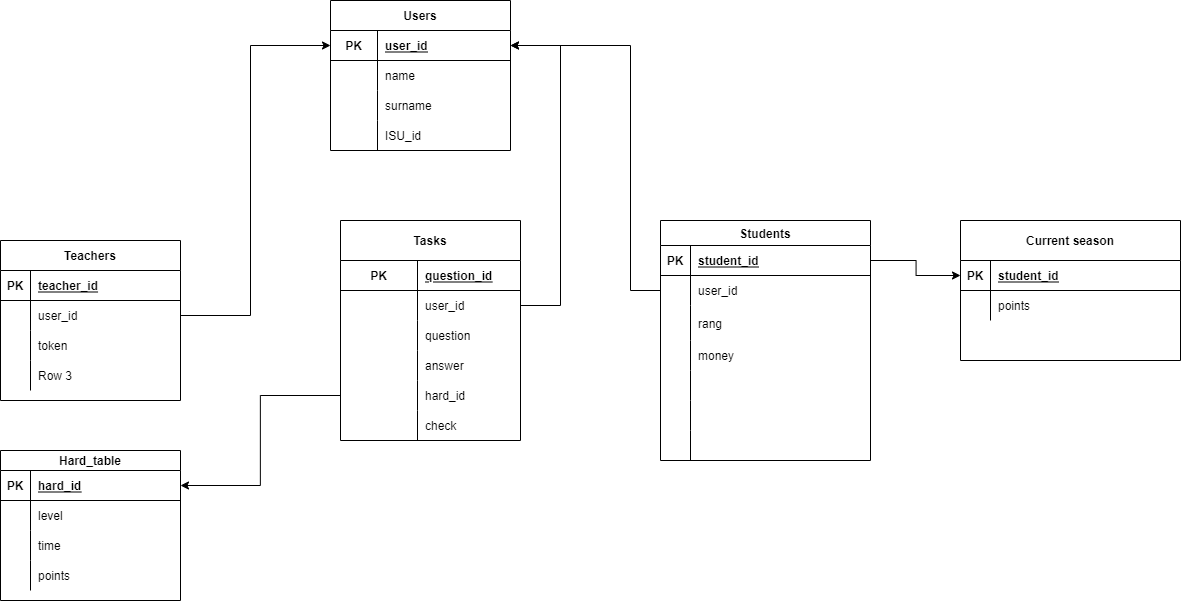
inter-malchik/ICT.hack-hackaton keeps this draw.io diagram as Databse.png. Above is the earlier version. Source tidied: cells renumbered, new cells last; positions are measured from the earlier drawing's top-left corner, leaving out a move shared by most shapes.
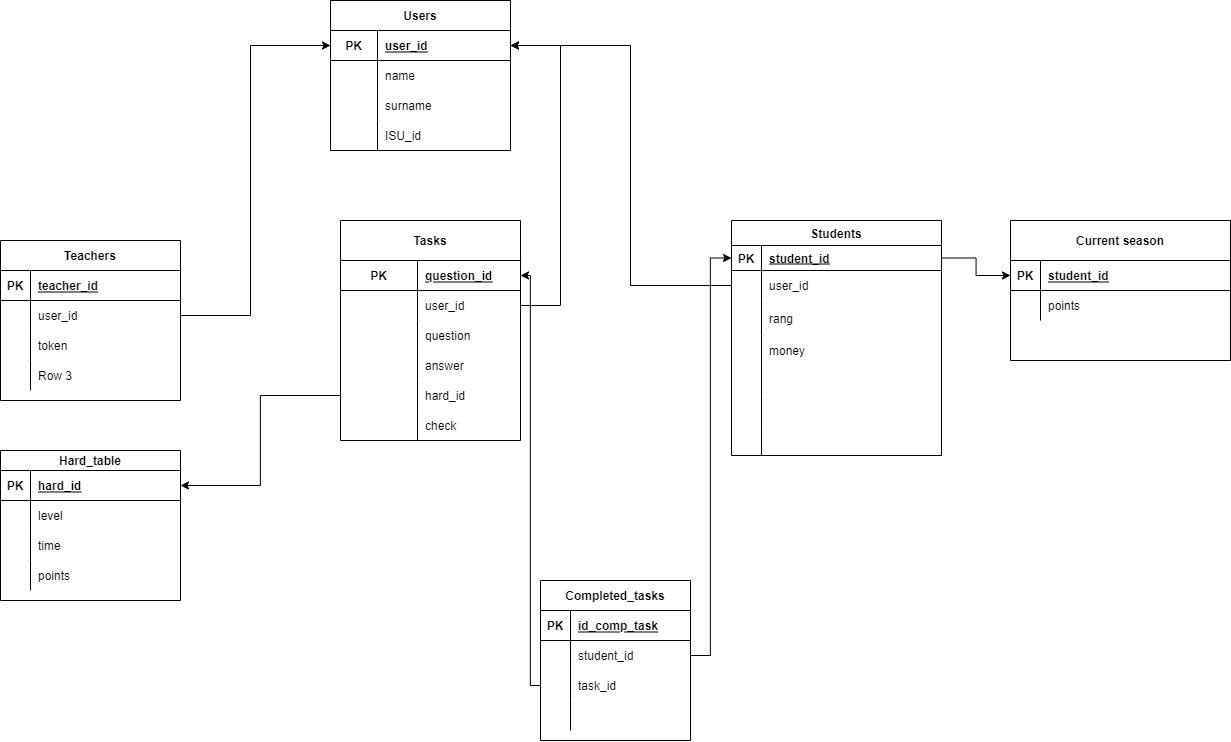
Later version of the same file.

What changed in the source:
```diff
@@ -3,19 +3,19 @@
     <mxCell id="0" />
     <mxCell id="1" parent="0" />
     <mxCell id="2" value="Students" style="shape=table;startSize=25;rowLines=0;fontStyle=1;align=center;" parent="1" vertex="1">
-      <mxGeometry x="660" y="220" width="210" height="240" as="geometry" />
+      <mxGeometry x="731" y="220" width="210" height="235" as="geometry" />
     </mxCell>
     <mxCell id="3" style="shape=partialRectangle;fillColor=none;top=0;left=0;bottom=1;right=0;points=[[0,0.5],[1,0.5]];portConstraint=eastwest;" parent="2" vertex="1">
-      <mxGeometry y="25" width="210" height="30" as="geometry" />
+      <mxGeometry y="25" width="210" height="25" as="geometry" />
     </mxCell>
     <mxCell id="4" value="PK" style="shape=partialRectangle;fillColor=none;top=0;left=0;bottom=0;right=0;fontStyle=1;overflow=hidden;" parent="3" vertex="1">
-      <mxGeometry width="30" height="30" as="geometry" />
+      <mxGeometry width="30" height="25" as="geometry" />
     </mxCell>
     <mxCell id="5" value="student_id" style="shape=partialRectangle;fillColor=none;top=0;left=0;bottom=0;right=0;align=left;spacingLeft=6;fontStyle=5;overflow=hidden;" parent="3" vertex="1">
-      <mxGeometry x="30" width="180" height="30" as="geometry" />
+      <mxGeometry x="30" width="180" height="25" as="geometry" />
     </mxCell>
     <mxCell id="6" style="shape=partialRectangle;fillColor=none;top=0;left=0;bottom=0;right=0;points=[[0,0.5],[1,0.5]];portConstraint=eastwest;" parent="2" vertex="1">
-      <mxGeometry y="55" width="210" height="30" as="geometry" />
+      <mxGeometry y="50" width="210" height="30" as="geometry" />
     </mxCell>
     <mxCell id="7" style="shape=partialRectangle;fillColor=none;top=0;left=0;bottom=0;right=0;overflow=hidden;" parent="6" vertex="1">
       <mxGeometry width="30" height="30" as="geometry" />
@@ -24,7 +24,7 @@
       <mxGeometry x="30" width="180" height="30" as="geometry" />
     </mxCell>
     <mxCell id="9" style="shape=partialRectangle;fillColor=none;top=0;left=0;bottom=0;right=0;" parent="2" vertex="1">
-      <mxGeometry y="85" width="210" height="35" as="geometry" />
+      <mxGeometry y="80" width="210" height="35" as="geometry" />
     </mxCell>
     <mxCell id="10" style="shape=partialRectangle;fillColor=none;top=0;left=0;bottom=0;right=0;overflow=hidden;" parent="9" vertex="1">
       <mxGeometry width="30" height="35" as="geometry" />
@@ -33,7 +33,7 @@
       <mxGeometry x="30" width="180" height="35" as="geometry" />
     </mxCell>
     <mxCell id="12" style="shape=partialRectangle;fillColor=none;top=0;left=0;bottom=0;right=0;" parent="2" vertex="1">
-      <mxGeometry y="120" width="210" height="30" as="geometry" />
+      <mxGeometry y="115" width="210" height="30" as="geometry" />
     </mxCell>
     <mxCell id="13" style="shape=partialRectangle;fillColor=none;top=0;left=0;bottom=0;right=0;overflow=hidden;" parent="12" vertex="1">
       <mxGeometry width="30" height="30" as="geometry" />
@@ -42,7 +42,7 @@
       <mxGeometry x="30" width="180" height="30" as="geometry" />
     </mxCell>
     <mxCell id="15" style="shape=partialRectangle;fillColor=none;top=0;left=0;bottom=0;right=0;" parent="2" vertex="1">
-      <mxGeometry y="150" width="210" height="30" as="geometry" />
+      <mxGeometry y="145" width="210" height="30" as="geometry" />
     </mxCell>
     <mxCell id="16" style="shape=partialRectangle;fillColor=none;top=0;left=0;bottom=0;right=0;overflow=hidden;" parent="15" vertex="1">
       <mxGeometry width="30" height="30" as="geometry" />
@@ -51,7 +51,7 @@
       <mxGeometry x="30" width="180" height="30" as="geometry" />
     </mxCell>
     <mxCell id="18" style="shape=partialRectangle;fillColor=none;top=0;left=0;bottom=0;right=0;" parent="2" vertex="1">
-      <mxGeometry y="180" width="210" height="30" as="geometry" />
+      <mxGeometry y="175" width="210" height="30" as="geometry" />
     </mxCell>
     <mxCell id="19" style="shape=partialRectangle;fillColor=none;top=0;left=0;bottom=0;right=0;overflow=hidden;" parent="18" vertex="1">
       <mxGeometry width="30" height="30" as="geometry" />
@@ -60,7 +60,7 @@
       <mxGeometry x="30" width="180" height="30" as="geometry" />
     </mxCell>
     <mxCell id="21" style="shape=partialRectangle;fillColor=none;top=0;left=0;bottom=0;right=0;" parent="2" vertex="1">
-      <mxGeometry y="210" width="210" height="30" as="geometry" />
+      <mxGeometry y="205" width="210" height="30" as="geometry" />
     </mxCell>
     <mxCell id="22" style="shape=partialRectangle;fillColor=none;top=0;left=0;bottom=0;right=0;overflow=hidden;" parent="21" vertex="1">
       <mxGeometry width="30" height="30" as="geometry" />
@@ -271,7 +271,7 @@
       <mxGeometry relative="1" as="geometry" />
     </mxCell>
     <mxCell id="86" value="Current season" style="shape=table;startSize=40;rowLines=0;fontStyle=1;align=center;fontFamily=Helvetica;fontSize=12;fontColor=default;strokeColor=default;fillColor=default;" parent="1" vertex="1">
-      <mxGeometry x="960" y="220" width="220" height="140" as="geometry" />
+      <mxGeometry x="1010" y="220" width="220" height="140" as="geometry" />
     </mxCell>
     <mxCell id="87" style="shape=partialRectangle;fillColor=none;top=0;left=0;bottom=1;right=0;points=[[0,0.5],[1,0.5]];portConstraint=eastwest;fontFamily=Helvetica;fontSize=12;fontColor=default;startSize=30;strokeColor=default;" parent="86" vertex="1">
       <mxGeometry y="40" width="220" height="30" as="geometry" />
@@ -294,5 +294,50 @@
     <mxCell id="93" style="edgeStyle=elbowEdgeStyle;elbow=horizontal;endArrow=classic;html=1;rounded=0;fontFamily=Helvetica;fontSize=12;fontColor=default;startSize=30;exitX=1;exitY=0.5;exitDx=0;exitDy=0;entryX=0;entryY=0.5;entryDx=0;entryDy=0;" parent="1" edge="1" source="3" target="87">
       <mxGeometry relative="1" as="geometry" />
     </mxCell>
+    <mxCell id="94" value="Completed_tasks" style="shape=table;startSize=30;rowLines=0;fontStyle=1;align=center;" parent="1" vertex="1">
+      <mxGeometry x="540" y="580" width="150" height="160" as="geometry" />
+    </mxCell>
+    <mxCell id="95" style="shape=partialRectangle;fillColor=none;top=0;left=0;bottom=1;right=0;" parent="94" vertex="1">
+      <mxGeometry y="30" width="150" height="30" as="geometry" />
+    </mxCell>
+    <mxCell id="96" value="PK" style="shape=partialRectangle;fillColor=none;top=0;left=0;bottom=0;right=0;fontStyle=1;overflow=hidden;" parent="95" vertex="1">
+      <mxGeometry width="30" height="30" as="geometry" />
+    </mxCell>
+    <mxCell id="97" value="id_comp_task" style="shape=partialRectangle;fillColor=none;top=0;left=0;bottom=0;right=0;align=left;spacingLeft=6;fontStyle=5;overflow=hidden;" parent="95" vertex="1">
+      <mxGeometry x="30" width="120" height="30" as="geometry" />
+    </mxCell>
+    <mxCell id="98" style="shape=partialRectangle;fillColor=none;top=0;left=0;bottom=0;right=0;points=[[0,0.5],[1,0.5]];portConstraint=eastwest;" parent="94" vertex="1">
+      <mxGeometry y="60" width="150" height="30" as="geometry" />
+    </mxCell>
+    <mxCell id="99" style="shape=partialRectangle;fillColor=none;top=0;left=0;bottom=0;right=0;overflow=hidden;" parent="98" vertex="1">
+      <mxGeometry width="30" height="30" as="geometry" />
+    </mxCell>
+    <mxCell id="100" value="student_id" style="shape=partialRectangle;fillColor=none;top=0;left=0;bottom=0;right=0;align=left;spacingLeft=6;overflow=hidden;" parent="98" vertex="1">
+      <mxGeometry x="30" width="120" height="30" as="geometry" />
+    </mxCell>
+    <mxCell id="101" style="shape=partialRectangle;fillColor=none;top=0;left=0;bottom=0;right=0;points=[[0,0.5],[1,0.5]];portConstraint=eastwest;" parent="94" vertex="1">
+      <mxGeometry y="90" width="150" height="30" as="geometry" />
+    </mxCell>
+    <mxCell id="102" style="shape=partialRectangle;fillColor=none;top=0;left=0;bottom=0;right=0;overflow=hidden;" parent="101" vertex="1">
+      <mxGeometry width="30" height="30" as="geometry" />
+    </mxCell>
+    <mxCell id="103" value="task_id" style="shape=partialRectangle;fillColor=none;top=0;left=0;bottom=0;right=0;align=left;spacingLeft=6;overflow=hidden;" parent="101" vertex="1">
+      <mxGeometry x="30" width="120" height="30" as="geometry" />
+    </mxCell>
+    <mxCell id="104" style="shape=partialRectangle;fillColor=none;top=0;left=0;bottom=0;right=0;" parent="94" vertex="1">
+      <mxGeometry y="120" width="150" height="30" as="geometry" />
+    </mxCell>
+    <mxCell id="105" style="shape=partialRectangle;fillColor=none;top=0;left=0;bottom=0;right=0;overflow=hidden;" parent="104" vertex="1">
+      <mxGeometry width="30" height="30" as="geometry" />
+    </mxCell>
+    <mxCell id="106" style="shape=partialRectangle;fillColor=none;top=0;left=0;bottom=0;right=0;align=left;spacingLeft=6;overflow=hidden;" parent="104" vertex="1">
+      <mxGeometry x="30" width="120" height="30" as="geometry" />
+    </mxCell>
+    <mxCell id="107" style="edgeStyle=elbowEdgeStyle;elbow=horizontal;endArrow=classic;html=1;rounded=0;exitX=0;exitY=0.5;exitDx=0;exitDy=0;entryX=1;entryY=0.5;entryDx=0;entryDy=0;" parent="1" edge="1" source="101" target="38">
+      <mxGeometry relative="1" as="geometry" />
+    </mxCell>
+    <mxCell id="108" style="edgeStyle=elbowEdgeStyle;elbow=horizontal;endArrow=classic;html=1;rounded=0;exitX=1;exitY=0.5;exitDx=0;exitDy=0;entryX=0;entryY=0.5;entryDx=0;entryDy=0;" parent="1" edge="1" source="98" target="3">
+      <mxGeometry relative="1" as="geometry" />
+    </mxCell>
   </root>
 </mxGraphModel>
```
